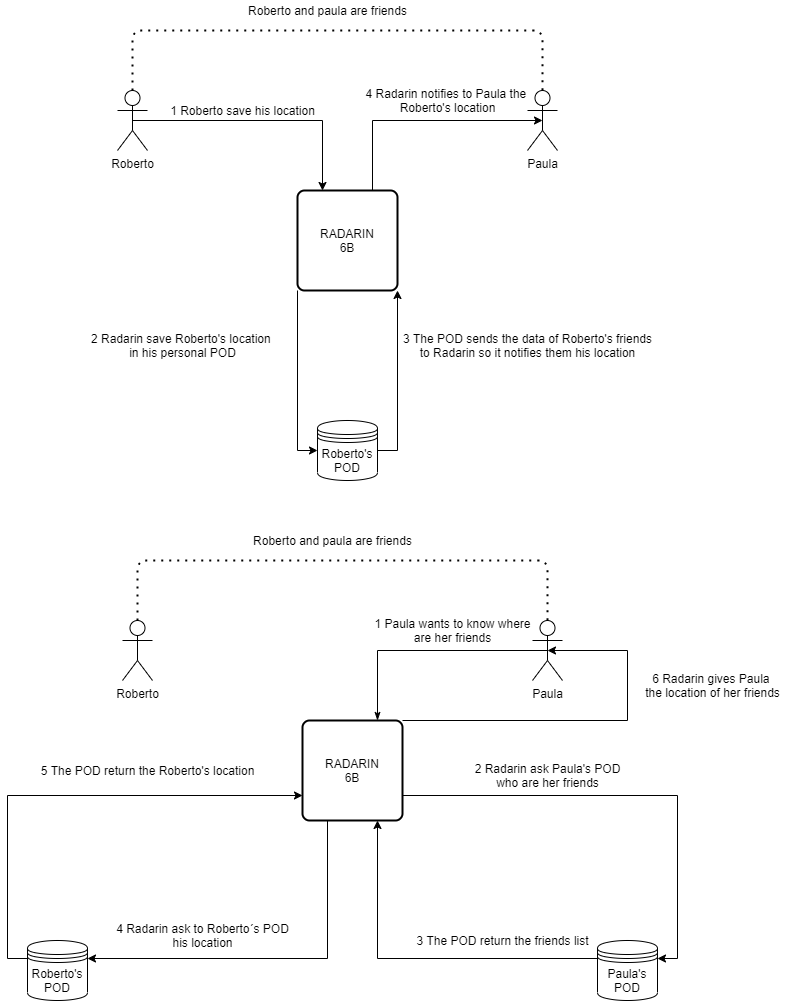
The draw.io diagram webapp/docs/images/03_CasosDeUso.png in Arquisoft/radarin_es6b, before a commit. Source tidied: cells renumbered, new cells last; positions are measured from the earlier drawing's top-left corner, leaving out a move shared by most shapes.
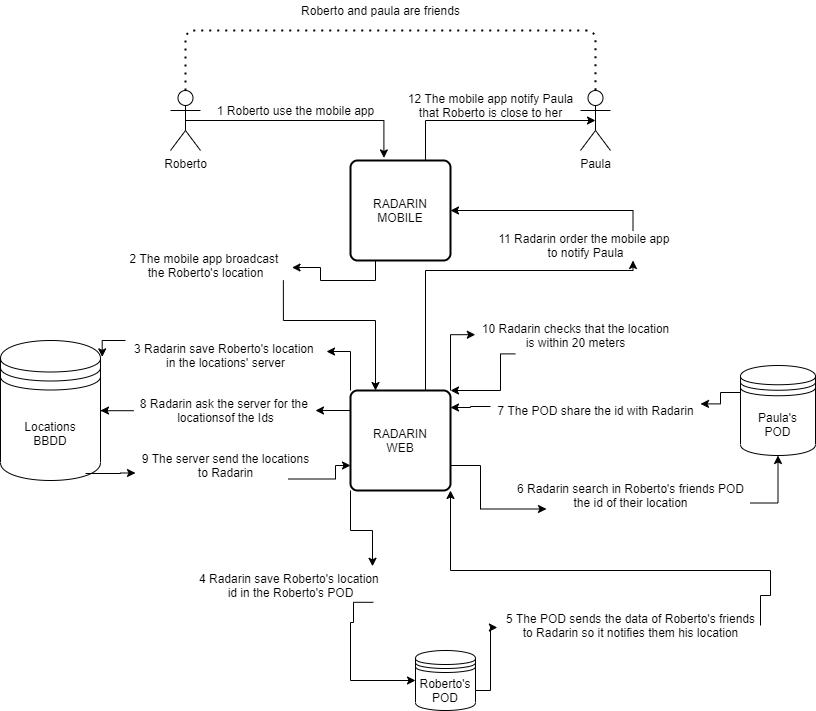
Later version of the same file.

Commit message:
Corregido el punto 3 de la documentación

The edit, as a diff of the source:
```diff
@@ -2,132 +2,179 @@
   <root>
     <mxCell id="0" />
     <mxCell id="1" parent="0" />
-    <mxCell id="2" style="edgeStyle=orthogonalEdgeStyle;rounded=0;jettySize=auto;html=1;exitX=0.5;exitY=0.5;exitDx=0;exitDy=0;exitPerimeter=0;entryX=0.25;entryY=0;entryDx=0;entryDy=0;" parent="1" edge="1" source="3" target="9">
+    <mxCell id="2" style="edgeStyle=orthogonalEdgeStyle;rounded=0;jettySize=auto;html=1;exitX=0.5;exitY=0.5;exitDx=0;exitDy=0;exitPerimeter=0;entryX=0.334;entryY=-0.026;entryDx=0;entryDy=0;entryPerimeter=0;" parent="1" edge="1" source="3" target="43">
       <mxGeometry relative="1" as="geometry" />
     </mxCell>
     <mxCell id="3" value="Roberto" style="shape=umlActor;verticalLabelPosition=bottom;verticalAlign=top;html=1;outlineConnect=0;" parent="1" vertex="1">
-      <mxGeometry x="90" y="90" width="30" height="60" as="geometry" />
+      <mxGeometry x="90" y="20" width="30" height="60" as="geometry" />
     </mxCell>
     <mxCell id="4" value="Paula" style="shape=umlActor;verticalLabelPosition=bottom;verticalAlign=top;html=1;outlineConnect=0;" parent="1" vertex="1">
-      <mxGeometry x="500" y="90" width="30" height="60" as="geometry" />
+      <mxGeometry x="500" y="20" width="30" height="60" as="geometry" />
     </mxCell>
-    <mxCell id="5" style="edgeStyle=orthogonalEdgeStyle;rounded=0;jettySize=auto;html=1;exitX=1;exitY=0.5;exitDx=0;exitDy=0;entryX=1;entryY=1;entryDx=0;entryDy=0;" parent="1" edge="1" source="6" target="9">
-      <mxGeometry relative="1" as="geometry" />
+    <mxCell id="5" style="edgeStyle=orthogonalEdgeStyle;rounded=0;jettySize=auto;html=1;exitX=1;exitY=0.5;exitDx=0;exitDy=0;entryX=1;entryY=1;entryDx=0;entryDy=0;" parent="1" edge="1" source="14" target="9">
+      <mxGeometry relative="1" as="geometry">
+        <Array as="points">
+          <mxPoint x="690" y="525" />
+          <mxPoint x="690" y="500" />
+          <mxPoint x="370" y="500" />
+        </Array>
+      </mxGeometry>
     </mxCell>
     <mxCell id="6" value="Roberto's&lt;br&gt;POD" style="shape=datastore;whiteSpace=wrap;html=1;" parent="1" vertex="1">
-      <mxGeometry x="290" y="420" width="60" height="60" as="geometry" />
+      <mxGeometry x="335" y="580" width="60" height="60" as="geometry" />
     </mxCell>
-    <mxCell id="7" style="edgeStyle=orthogonalEdgeStyle;rounded=0;jettySize=auto;html=1;exitX=0;exitY=1;exitDx=0;exitDy=0;entryX=0;entryY=0.5;entryDx=0;entryDy=0;" parent="1" edge="1" source="9" target="6">
-      <mxGeometry relative="1" as="geometry" />
+    <mxCell id="7" style="edgeStyle=orthogonalEdgeStyle;rounded=0;jettySize=auto;html=1;exitX=0.914;exitY=1.06;exitDx=0;exitDy=0;entryX=0;entryY=0.5;entryDx=0;entryDy=0;exitPerimeter=0;" parent="1" edge="1" source="55" target="6">
+      <mxGeometry relative="1" as="geometry">
+        <Array as="points">
+          <mxPoint x="273" y="552" />
+          <mxPoint x="270" y="552" />
+          <mxPoint x="270" y="610" />
+        </Array>
+      </mxGeometry>
     </mxCell>
-    <mxCell id="8" style="edgeStyle=orthogonalEdgeStyle;rounded=0;jettySize=auto;html=1;exitX=0.75;exitY=0;exitDx=0;exitDy=0;entryX=0.5;entryY=0.5;entryDx=0;entryDy=0;entryPerimeter=0;" parent="1" edge="1" source="9" target="4">
-      <mxGeometry relative="1" as="geometry">
-        <Array as="points">
-          <mxPoint x="345" y="120" />
-        </Array>
-      </mxGeometry>
-    </mxCell>
+    <mxCell id="35" style="edgeStyle=orthogonalEdgeStyle;rounded=0;jettySize=auto;html=1;exitX=0;exitY=0;exitDx=0;exitDy=0;entryX=1.017;entryY=0.117;entryDx=0;entryDy=0;entryPerimeter=0;" parent="1" edge="1" source="11" target="45">
+      <mxGeometry relative="1" as="geometry" />
+    </mxCell>
+    <mxCell id="36" style="edgeStyle=orthogonalEdgeStyle;rounded=0;jettySize=auto;html=1;exitX=-0.01;exitY=0.507;exitDx=0;exitDy=0;entryX=1;entryY=0.5;entryDx=0;entryDy=0;exitPerimeter=0;" parent="1" edge="1" source="59" target="45">
+      <mxGeometry relative="1" as="geometry" />
+    </mxCell>
+    <mxCell id="37" style="edgeStyle=orthogonalEdgeStyle;rounded=0;jettySize=auto;html=1;exitX=1;exitY=0.75;exitDx=0;exitDy=0;entryX=0.5;entryY=1;entryDx=0;entryDy=0;" parent="1" edge="1" source="52" target="29">
+      <mxGeometry relative="1" as="geometry" />
+    </mxCell>
+    <mxCell id="38" style="edgeStyle=orthogonalEdgeStyle;rounded=0;jettySize=auto;html=1;exitX=0.75;exitY=0;exitDx=0;exitDy=0;entryX=1;entryY=0.5;entryDx=0;entryDy=0;" parent="1" edge="1" source="15" target="43">
+      <mxGeometry relative="1" as="geometry" />
+    </mxCell>
+    <mxCell id="39" style="edgeStyle=orthogonalEdgeStyle;rounded=0;jettySize=auto;html=1;exitX=0;exitY=0;exitDx=0;exitDy=0;entryX=1.005;entryY=0.367;entryDx=0;entryDy=0;entryPerimeter=0;" parent="1" edge="1" source="9" target="11">
+      <mxGeometry relative="1" as="geometry" />
+    </mxCell>
+    <mxCell id="40" style="edgeStyle=orthogonalEdgeStyle;rounded=0;jettySize=auto;html=1;exitX=1;exitY=0;exitDx=0;exitDy=0;entryX=-0.001;entryY=0.473;entryDx=0;entryDy=0;entryPerimeter=0;" parent="1" edge="1" source="9" target="47">
+      <mxGeometry relative="1" as="geometry" />
+    </mxCell>
-    <mxCell id="9" value="RADARIN&lt;br&gt;6B" style="rounded=1;whiteSpace=wrap;html=1;absoluteArcSize=1;arcSize=14;strokeWidth=2;" parent="1" vertex="1">
-      <mxGeometry x="270" y="190" width="100" height="100" as="geometry" />
+    <mxCell id="9" value="RADARIN&lt;br&gt;WEB" style="rounded=1;whiteSpace=wrap;html=1;absoluteArcSize=1;arcSize=14;strokeWidth=2;" parent="1" vertex="1">
+      <mxGeometry x="270" y="320" width="100" height="100" as="geometry" />
     </mxCell>
-    <mxCell id="10" value="1 Roberto save his location" style="text;html=1;align=center;verticalAlign=middle;" parent="1" vertex="1">
-      <mxGeometry x="135" y="100" width="160" height="20" as="geometry" />
+    <mxCell id="10" value="1 Roberto use the mobile app" style="text;html=1;align=center;verticalAlign=middle;" parent="1" vertex="1">
+      <mxGeometry x="130" y="30" width="170" height="20" as="geometry" />
     </mxCell>
-    <mxCell id="11" value="2 Radarin save Roberto's location&amp;nbsp;&lt;br&gt;in his personal POD" style="text;html=1;align=center;verticalAlign=middle;points=[];" parent="1" vertex="1">
-      <mxGeometry x="55" y="330" width="200" height="30" as="geometry" />
-    </mxCell>
     <mxCell id="12" style="endArrow=none;dashed=1;html=1;dashPattern=1 3;strokeWidth=2;exitX=0.5;exitY=0;exitDx=0;exitDy=0;exitPerimeter=0;entryX=0.5;entryY=0;entryDx=0;entryDy=0;entryPerimeter=0;" parent="1" edge="1" source="3" target="4">
       <mxGeometry relative="1" as="geometry">
         <Array as="points">
-          <mxPoint x="105" y="30" />
-          <mxPoint x="515" y="30" />
+          <mxPoint x="105" y="-40" />
+          <mxPoint x="515" y="-40" />
         </Array>
       </mxGeometry>
     </mxCell>
     <mxCell id="13" value="Roberto and paula are friends" style="text;html=1;align=center;verticalAlign=middle;" parent="1" vertex="1">
-      <mxGeometry x="215" width="170" height="20" as="geometry" />
+      <mxGeometry x="215" y="-70" width="170" height="20" as="geometry" />
     </mxCell>
+    <mxCell id="41" style="edgeStyle=orthogonalEdgeStyle;rounded=0;jettySize=auto;html=1;exitX=0.958;exitY=0.993;exitDx=0;exitDy=0;entryX=0.25;entryY=0;entryDx=0;entryDy=0;exitPerimeter=0;" parent="1" edge="1" source="62" target="9">
+      <mxGeometry relative="1" as="geometry">
+        <Array as="points">
+          <mxPoint x="203" y="250" />
+          <mxPoint x="295" y="250" />
+        </Array>
+      </mxGeometry>
+    </mxCell>
+    <mxCell id="42" style="edgeStyle=orthogonalEdgeStyle;rounded=0;jettySize=auto;html=1;exitX=0.75;exitY=0;exitDx=0;exitDy=0;entryX=0.5;entryY=0.5;entryDx=0;entryDy=0;entryPerimeter=0;" parent="1" edge="1" source="43" target="4">
+      <mxGeometry relative="1" as="geometry">
+        <Array as="points">
+          <mxPoint x="345" y="50" />
+        </Array>
+      </mxGeometry>
+    </mxCell>
+    <mxCell id="43" value="RADARIN&lt;br&gt;MOBILE&lt;br&gt;" style="rounded=1;whiteSpace=wrap;html=1;absoluteArcSize=1;arcSize=14;strokeWidth=2;" parent="1" vertex="1">
+      <mxGeometry x="270" y="90" width="100" height="100" as="geometry" />
+    </mxCell>
+    <mxCell id="44" style="edgeStyle=orthogonalEdgeStyle;rounded=0;jettySize=auto;html=1;exitX=0.85;exitY=0.95;exitDx=0;exitDy=0;exitPerimeter=0;entryX=0;entryY=0.75;entryDx=0;entryDy=0;" parent="1" edge="1" source="57" target="9">
+      <mxGeometry relative="1" as="geometry" />
+    </mxCell>
+    <mxCell id="45" value="Locations&lt;br&gt;BBDD" style="shape=datastore;whiteSpace=wrap;html=1;" parent="1" vertex="1">
+      <mxGeometry x="-80" y="270" width="100" height="140" as="geometry" />
+    </mxCell>
+    <mxCell id="46" style="edgeStyle=orthogonalEdgeStyle;rounded=0;jettySize=auto;html=1;exitX=0;exitY=0.3;exitDx=0;exitDy=0;entryX=1;entryY=0.17;entryDx=0;entryDy=0;entryPerimeter=0;" parent="1" edge="1" source="50" target="9">
+      <mxGeometry relative="1" as="geometry" />
+    </mxCell>
+    <mxCell id="29" value="Paula's&lt;br&gt;POD" style="shape=datastore;whiteSpace=wrap;html=1;" parent="1" vertex="1">
+      <mxGeometry x="660" y="295" width="75" height="90" as="geometry" />
+    </mxCell>
+    <mxCell id="47" value="10 Radarin checks that the location&lt;br&gt;is within 20 meters" style="text;html=1;align=center;verticalAlign=middle;points=[];" parent="1" vertex="1">
+      <mxGeometry x="395" y="250" width="200" height="30" as="geometry" />
+    </mxCell>
+    <mxCell id="48" value="12 The mobile app notify Paula&lt;br&gt;that Roberto is close to her" style="text;html=1;align=center;verticalAlign=middle;" parent="1" vertex="1">
+      <mxGeometry x="320" y="20" width="180" height="30" as="geometry" />
+    </mxCell>
+    <mxCell id="49" style="edgeStyle=orthogonalEdgeStyle;rounded=0;jettySize=auto;html=1;entryX=1;entryY=0;entryDx=0;entryDy=0;exitX=0.199;exitY=1.113;exitDx=0;exitDy=0;exitPerimeter=0;" parent="1" edge="1" source="47" target="9">
+      <mxGeometry relative="1" as="geometry">
+        <Array as="points">
+          <mxPoint x="420" y="283" />
+          <mxPoint x="420" y="320" />
+        </Array>
+      </mxGeometry>
+    </mxCell>
+    <mxCell id="50" value="7 The POD share the id with Radarin" style="text;html=1;align=center;verticalAlign=middle;points=[];" parent="1" vertex="1">
+      <mxGeometry x="410" y="330" width="210" height="20" as="geometry" />
+    </mxCell>
+    <mxCell id="51" style="edgeStyle=orthogonalEdgeStyle;rounded=0;jettySize=auto;html=1;exitX=0;exitY=0.3;exitDx=0;exitDy=0;entryX=1;entryY=0.17;entryDx=0;entryDy=0;entryPerimeter=0;" parent="1" edge="1" source="29" target="50">
+      <mxGeometry relative="1" as="geometry" />
+    </mxCell>
+    <mxCell id="52" value="6 Radarin search in Roberto's friends POD&lt;br&gt;the id of their location" style="text;html=1;align=center;verticalAlign=middle;points=[];" parent="1" vertex="1">
+      <mxGeometry x="430" y="410" width="240" height="30" as="geometry" />
+    </mxCell>
+    <mxCell id="53" style="edgeStyle=orthogonalEdgeStyle;rounded=0;jettySize=auto;html=1;exitX=1;exitY=0.75;exitDx=0;exitDy=0;entryX=0.15;entryY=0.95;entryDx=0;entryDy=0;entryPerimeter=0;" parent="1" edge="1" source="9" target="52">
+      <mxGeometry relative="1" as="geometry" />
+    </mxCell>
-    <mxCell id="14" value="3 The POD sends the data of Roberto's friends&lt;br&gt;to Radarin so it notifies them his location" style="text;html=1;align=center;verticalAlign=middle;points=[];" parent="1" vertex="1">
-      <mxGeometry x="370" y="330" width="260" height="30" as="geometry" />
+    <mxCell id="14" value="5 The POD sends the data of Roberto's friends&lt;br&gt;to Radarin so it notifies them his location" style="text;html=1;align=center;verticalAlign=middle;points=[];" parent="1" vertex="1">
+      <mxGeometry x="420" y="540" width="260" height="30" as="geometry" />
     </mxCell>
+    <mxCell id="54" style="edgeStyle=orthogonalEdgeStyle;rounded=0;jettySize=auto;html=1;exitX=1;exitY=0.5;exitDx=0;exitDy=0;entryX=-0.012;entryY=0.567;entryDx=0;entryDy=0;entryPerimeter=0;" parent="1" edge="1" source="6" target="14">
+      <mxGeometry relative="1" as="geometry">
+        <Array as="points">
+          <mxPoint x="410" y="620" />
+          <mxPoint x="410" y="557" />
+        </Array>
+      </mxGeometry>
+    </mxCell>
+    <mxCell id="55" value="4 Radarin save Roberto's location&amp;nbsp;&lt;br&gt;id in the Roberto's POD" style="text;html=1;align=center;verticalAlign=middle;points=[];" parent="1" vertex="1">
+      <mxGeometry x="110" y="500" width="200" height="30" as="geometry" />
+    </mxCell>
+    <mxCell id="56" style="edgeStyle=orthogonalEdgeStyle;rounded=0;jettySize=auto;html=1;exitX=0;exitY=1;exitDx=0;exitDy=0;entryX=0.91;entryY=-0.14;entryDx=0;entryDy=0;entryPerimeter=0;" parent="1" edge="1" source="9" target="55">
+      <mxGeometry relative="1" as="geometry" />
+    </mxCell>
+    <mxCell id="57" value="9 The server send the locations&lt;br&gt;to Radarin" style="text;html=1;align=center;verticalAlign=middle;points=[];" parent="1" vertex="1">
+      <mxGeometry x="55" y="380" width="180" height="30" as="geometry" />
+    </mxCell>
+    <mxCell id="58" style="edgeStyle=orthogonalEdgeStyle;rounded=0;jettySize=auto;html=1;exitX=0.85;exitY=0.95;exitDx=0;exitDy=0;exitPerimeter=0;entryX=0;entryY=0.75;entryDx=0;entryDy=0;" parent="1" edge="1" source="45" target="57">
+      <mxGeometry relative="1" as="geometry" />
+    </mxCell>
+    <mxCell id="59" value="8 Radarin ask the server for the &lt;br&gt;locationsof the Ids" style="text;html=1;align=center;verticalAlign=middle;points=[];" parent="1" vertex="1">
+      <mxGeometry x="55" y="325" width="180" height="30" as="geometry" />
+    </mxCell>
+    <mxCell id="60" style="edgeStyle=orthogonalEdgeStyle;rounded=0;jettySize=auto;html=1;exitX=0;exitY=0.25;exitDx=0;exitDy=0;entryX=1;entryY=0.5;entryDx=0;entryDy=0;" parent="1" edge="1" source="9" target="59">
+      <mxGeometry relative="1" as="geometry">
+        <Array as="points">
+          <mxPoint x="270" y="340" />
+        </Array>
+      </mxGeometry>
+    </mxCell>
+    <mxCell id="11" value="3 Radarin save Roberto's location&amp;nbsp;&lt;br&gt;in the locations' server" style="text;html=1;align=center;verticalAlign=middle;points=[];" parent="1" vertex="1">
+      <mxGeometry x="45" y="270" width="200" height="30" as="geometry" />
+    </mxCell>
-    <mxCell id="15" value="4 Radarin notifies to Paula the &lt;br&gt;Roberto's location" style="text;html=1;align=center;verticalAlign=middle;points=[];" parent="1" vertex="1">
-      <mxGeometry x="330" y="85" width="180" height="30" as="geometry" />
+    <mxCell id="15" value="11 Radarin order the mobile app&amp;nbsp;&lt;br&gt;to notify Paula" style="text;html=1;align=center;verticalAlign=middle;points=[];" parent="1" vertex="1">
+      <mxGeometry x="410" y="160" width="190" height="30" as="geometry" />
     </mxCell>
-    <mxCell id="16" value="Roberto" style="shape=umlActor;verticalLabelPosition=bottom;verticalAlign=top;html=1;outlineConnect=0;" parent="1" vertex="1">
-      <mxGeometry x="95" y="620" width="30" height="60" as="geometry" />
-    </mxCell>
-    <mxCell id="17" value="Paula" style="shape=umlActor;verticalLabelPosition=bottom;verticalAlign=top;html=1;outlineConnect=0;" parent="1" vertex="1">
-      <mxGeometry x="505" y="620" width="30" height="60" as="geometry" />
-    </mxCell>
-    <mxCell id="18" style="edgeStyle=orthogonalEdgeStyle;rounded=0;jettySize=auto;html=1;exitX=0;exitY=0.3;exitDx=0;exitDy=0;entryX=0;entryY=0.75;entryDx=0;entryDy=0;" parent="1" edge="1" source="19" target="24">
-      <mxGeometry relative="1" as="geometry" />
-    </mxCell>
-    <mxCell id="19" value="Roberto's&lt;br&gt;POD" style="shape=datastore;whiteSpace=wrap;html=1;" parent="1" vertex="1">
-      <mxGeometry y="940" width="60" height="60" as="geometry" />
-    </mxCell>
-    <mxCell id="20" style="edgeStyle=orthogonalEdgeStyle;rounded=0;jettySize=auto;html=1;exitX=0.75;exitY=0;exitDx=0;exitDy=0;entryX=0.5;entryY=0.5;entryDx=0;entryDy=0;entryPerimeter=0;endArrow=none;endFill=0;startArrow=classicThin;startFill=1;" parent="1" edge="1" source="24" target="17">
-      <mxGeometry relative="1" as="geometry">
-        <Array as="points">
-          <mxPoint x="350" y="650" />
-        </Array>
-      </mxGeometry>
-    </mxCell>
-    <mxCell id="21" style="edgeStyle=orthogonalEdgeStyle;rounded=0;jettySize=auto;html=1;exitX=1;exitY=0.75;exitDx=0;exitDy=0;entryX=1;entryY=0.3;entryDx=0;entryDy=0;" parent="1" edge="1" source="24" target="29">
-      <mxGeometry relative="1" as="geometry">
-        <Array as="points">
-          <mxPoint x="650" y="795" />
-          <mxPoint x="650" y="958" />
-        </Array>
-      </mxGeometry>
-    </mxCell>
-    <mxCell id="22" style="edgeStyle=orthogonalEdgeStyle;rounded=0;jettySize=auto;html=1;exitX=0.25;exitY=1;exitDx=0;exitDy=0;entryX=1;entryY=0.3;entryDx=0;entryDy=0;" parent="1" edge="1" source="24" target="19">
-      <mxGeometry relative="1" as="geometry" />
-    </mxCell>
-    <mxCell id="23" style="edgeStyle=orthogonalEdgeStyle;rounded=0;jettySize=auto;html=1;exitX=1;exitY=0;exitDx=0;exitDy=0;entryX=0.5;entryY=0.5;entryDx=0;entryDy=0;entryPerimeter=0;" parent="1" edge="1" source="24" target="17">
-      <mxGeometry relative="1" as="geometry">
-        <Array as="points">
-          <mxPoint x="600" y="720" />
-          <mxPoint x="600" y="650" />
-        </Array>
-      </mxGeometry>
-    </mxCell>
-    <mxCell id="24" value="RADARIN&lt;br&gt;6B" style="rounded=1;whiteSpace=wrap;html=1;absoluteArcSize=1;arcSize=14;strokeWidth=2;" parent="1" vertex="1">
-      <mxGeometry x="275" y="720" width="100" height="100" as="geometry" />
-    </mxCell>
-    <mxCell id="25" style="endArrow=none;dashed=1;html=1;dashPattern=1 3;strokeWidth=2;exitX=0.5;exitY=0;exitDx=0;exitDy=0;exitPerimeter=0;entryX=0.5;entryY=0;entryDx=0;entryDy=0;entryPerimeter=0;" parent="1" edge="1" source="16" target="17">
-      <mxGeometry relative="1" as="geometry">
-        <Array as="points">
-          <mxPoint x="110" y="560" />
-          <mxPoint x="520" y="560" />
-        </Array>
-      </mxGeometry>
-    </mxCell>
-    <mxCell id="26" value="Roberto and paula are friends" style="text;html=1;align=center;verticalAlign=middle;" parent="1" vertex="1">
-      <mxGeometry x="220" y="530" width="170" height="20" as="geometry" />
-    </mxCell>
-    <mxCell id="27" value="1 Paula wants to know where&lt;br&gt;are her friends" style="text;html=1;align=center;verticalAlign=middle;" parent="1" vertex="1">
-      <mxGeometry x="340" y="615" width="170" height="30" as="geometry" />
-    </mxCell>
-    <mxCell id="28" style="edgeStyle=orthogonalEdgeStyle;rounded=0;jettySize=auto;html=1;exitX=0;exitY=0.3;exitDx=0;exitDy=0;entryX=0.75;entryY=1;entryDx=0;entryDy=0;" parent="1" edge="1" source="29" target="24">
-      <mxGeometry relative="1" as="geometry" />
-    </mxCell>
-    <mxCell id="29" value="Paula's&lt;br&gt;POD" style="shape=datastore;whiteSpace=wrap;html=1;" parent="1" vertex="1">
-      <mxGeometry x="570" y="940" width="60" height="60" as="geometry" />
-    </mxCell>
-    <mxCell id="30" value="2 Radarin ask Paula's POD&lt;br&gt;who are her friends" style="text;html=1;align=center;verticalAlign=middle;" parent="1" vertex="1">
-      <mxGeometry x="440" y="760" width="160" height="30" as="geometry" />
-    </mxCell>
-    <mxCell id="31" value="3 The POD return the friends list" style="text;html=1;align=center;verticalAlign=middle;" parent="1" vertex="1">
-      <mxGeometry x="380" y="930" width="190" height="20" as="geometry" />
-    </mxCell>
-    <mxCell id="32" value="4 Radarin ask to Roberto´s POD&lt;br&gt;his location" style="text;html=1;align=center;verticalAlign=middle;" parent="1" vertex="1">
-      <mxGeometry x="80" y="920" width="190" height="30" as="geometry" />
-    </mxCell>
-    <mxCell id="33" value="5 The POD return the Roberto's location" style="text;html=1;align=center;verticalAlign=middle;" parent="1" vertex="1">
-      <mxGeometry x="5" y="760" width="230" height="20" as="geometry" />
-    </mxCell>
-    <mxCell id="34" value="6 Radarin gives Paula&amp;nbsp;&lt;br&gt;the location of her friends" style="text;html=1;align=center;verticalAlign=middle;" parent="1" vertex="1">
-      <mxGeometry x="610" y="670" width="150" height="30" as="geometry" />
-    </mxCell>
+    <mxCell id="61" style="edgeStyle=orthogonalEdgeStyle;rounded=0;jettySize=auto;html=1;exitX=0.75;exitY=0;exitDx=0;exitDy=0;entryX=0.75;entryY=1;entryDx=0;entryDy=0;" parent="1" edge="1" source="9" target="15">
+      <mxGeometry relative="1" as="geometry">
+        <Array as="points">
+          <mxPoint x="345" y="200" />
+          <mxPoint x="553" y="200" />
+        </Array>
+      </mxGeometry>
+    </mxCell>
+    <mxCell id="62" value="2 The mobile app broadcast&amp;nbsp;&lt;br&gt;the Roberto's location" style="text;html=1;align=center;verticalAlign=middle;points=[];" parent="1" vertex="1">
+      <mxGeometry x="40" y="180" width="170" height="30" as="geometry" />
+    </mxCell>
+    <mxCell id="63" style="edgeStyle=orthogonalEdgeStyle;rounded=0;jettySize=auto;html=1;exitX=0.25;exitY=1;exitDx=0;exitDy=0;entryX=1.009;entryY=0.567;entryDx=0;entryDy=0;entryPerimeter=0;" parent="1" edge="1" source="43" target="62">
+      <mxGeometry relative="1" as="geometry" />
+    </mxCell>
   </root>
 </mxGraphModel>
```
